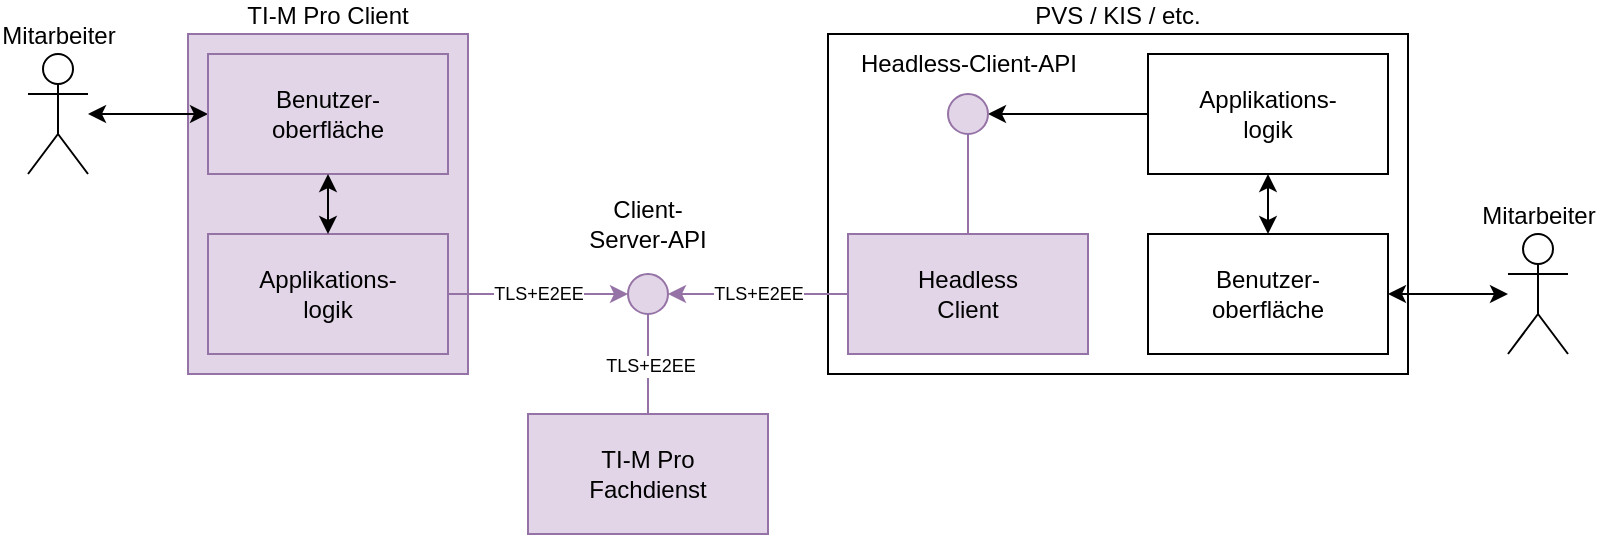
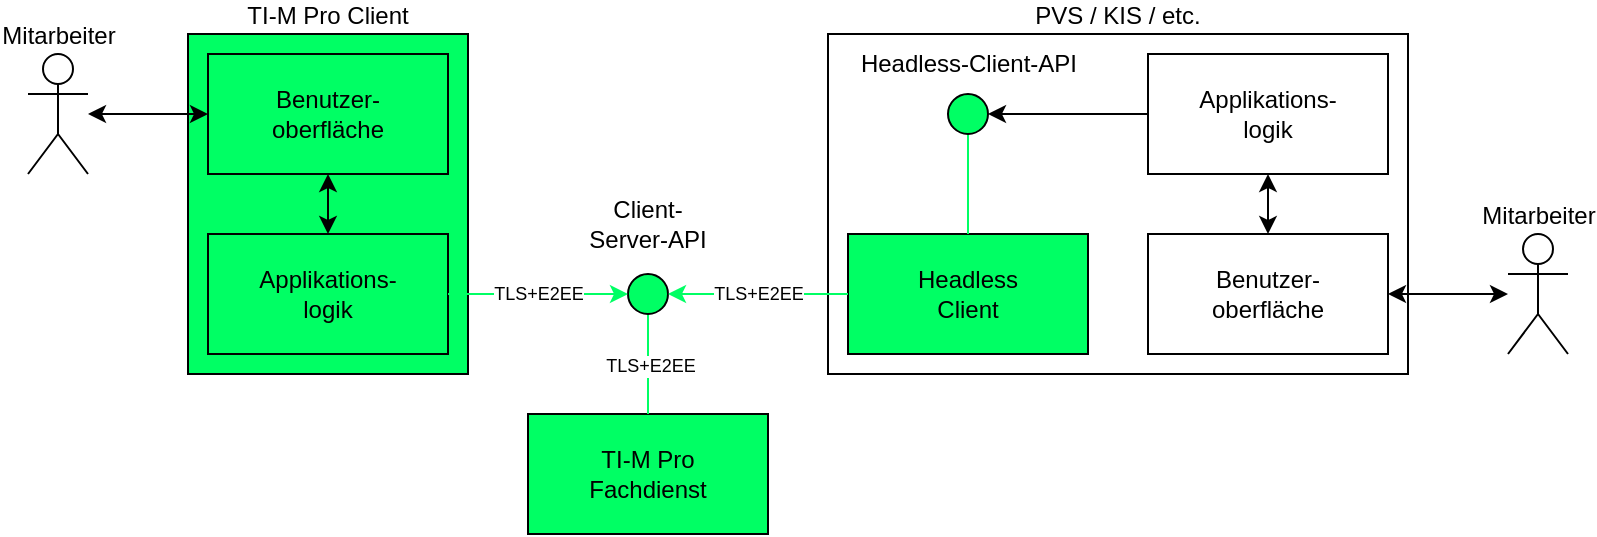
<mxfile host="Electron" agent="Mozilla/5.0 (Macintosh; Intel Mac OS X 10_15_7) AppleWebKit/537.36 (KHTML, like Gecko) draw.io/29.0.3 Chrome/140.0.7339.249 Electron/38.7.0 Safari/537.36" version="29.0.3">
  <diagram name="Page-1" id="JxrCaE_EeB_qr6ey8vhn">
-     <mxGraphModel dx="925" dy="680" grid="1" gridSize="10" guides="1" tooltips="1" connect="1" arrows="1" fold="1" page="1" pageScale="1" pageWidth="827" pageHeight="1169" math="0" shadow="0">
+     <mxGraphModel dx="1018" dy="744" grid="1" gridSize="10" guides="1" tooltips="1" connect="1" arrows="1" fold="1" page="1" pageScale="1" pageWidth="827" pageHeight="1169" math="0" shadow="0">
      <root>
        <mxCell id="0" />
        <mxCell id="1" parent="0" />
-         <mxCell id="Xpv7qoTpaxrMEMCDT0tX-31" value="TI-M Pro&lt;div&gt;Fachdienst&lt;/div&gt;" style="rounded=0;whiteSpace=wrap;html=1;fillColor=#e1d5e7;strokeColor=#9673a6;" parent="1" vertex="1">
+         <mxCell id="Xpv7qoTpaxrMEMCDT0tX-31" value="TI-M Pro&lt;div&gt;Fachdienst&lt;/div&gt;" style="rounded=0;whiteSpace=wrap;html=1;fillColor=#00FF64;strokeColor=#000000;" parent="1" vertex="1">
          <mxGeometry x="380" y="980" width="120" height="60" as="geometry" />
        </mxCell>
-         <mxCell id="Xpv7qoTpaxrMEMCDT0tX-32" value="" style="endArrow=none;html=1;rounded=0;exitX=0.5;exitY=0;exitDx=0;exitDy=0;endFill=0;entryX=0.5;entryY=1;entryDx=0;entryDy=0;fillColor=#e1d5e7;strokeColor=#9673a6;" parent="1" source="Xpv7qoTpaxrMEMCDT0tX-31" target="Xpv7qoTpaxrMEMCDT0tX-39" edge="1">
+         <mxCell id="Xpv7qoTpaxrMEMCDT0tX-32" value="" style="endArrow=none;html=1;rounded=0;exitX=0.5;exitY=0;exitDx=0;exitDy=0;endFill=0;entryX=0.5;entryY=1;entryDx=0;entryDy=0;fillColor=#e1d5e7;strokeColor=#00FF64;" parent="1" source="Xpv7qoTpaxrMEMCDT0tX-31" target="Xpv7qoTpaxrMEMCDT0tX-39" edge="1">
          <mxGeometry width="50" height="50" relative="1" as="geometry">
            <mxPoint x="449.5" y="1010" as="sourcePoint" />
            <mxPoint x="460" y="960" as="targetPoint" />
          </mxGeometry>
        </mxCell>
        <mxCell id="Xpv7qoTpaxrMEMCDT0tX-107" value="TLS+E2EE" style="edgeLabel;html=1;align=center;verticalAlign=middle;resizable=0;points=[];horizontal=1;labelPosition=center;verticalLabelPosition=middle;fontSize=9;" parent="Xpv7qoTpaxrMEMCDT0tX-32" vertex="1" connectable="0">
          <mxGeometry x="-0.0429" y="-1" relative="1" as="geometry">
            <mxPoint as="offset" />
          </mxGeometry>
        </mxCell>
        <mxCell id="Xpv7qoTpaxrMEMCDT0tX-33" value="Client-Server-API" style="text;html=1;whiteSpace=wrap;strokeColor=none;fillColor=none;align=center;verticalAlign=middle;rounded=0;" parent="1" vertex="1">
          <mxGeometry x="405" y="870" width="70" height="30" as="geometry" />
        </mxCell>
-         <mxCell id="Xpv7qoTpaxrMEMCDT0tX-35" value="TI-M Pro&amp;nbsp;&lt;span style=&quot;background-color: transparent; color: light-dark(rgb(0, 0, 0), rgb(255, 255, 255));&quot;&gt;Client&lt;/span&gt;" style="rounded=0;whiteSpace=wrap;html=1;fillColor=#e1d5e7;strokeColor=#9673a6;verticalAlign=bottom;fontStyle=0;labelPosition=center;verticalLabelPosition=top;align=center;" parent="1" vertex="1">
+         <mxCell id="Xpv7qoTpaxrMEMCDT0tX-35" value="TI-M Pro&amp;nbsp;&lt;span style=&quot;background-color: transparent; color: light-dark(rgb(0, 0, 0), rgb(255, 255, 255));&quot;&gt;Client&lt;/span&gt;" style="rounded=0;whiteSpace=wrap;html=1;fillColor=#00FF64;strokeColor=#000000;verticalAlign=bottom;fontStyle=0;labelPosition=center;verticalLabelPosition=top;align=center;" parent="1" vertex="1">
          <mxGeometry x="210" y="790" width="140" height="170" as="geometry" />
        </mxCell>
-         <mxCell id="Xpv7qoTpaxrMEMCDT0tX-39" value="" style="ellipse;whiteSpace=wrap;html=1;aspect=fixed;fillColor=#e1d5e7;strokeColor=#9673a6;" parent="1" vertex="1">
+         <mxCell id="Xpv7qoTpaxrMEMCDT0tX-39" value="" style="ellipse;whiteSpace=wrap;html=1;aspect=fixed;fillColor=#00FF64;strokeColor=#000000;" parent="1" vertex="1">
          <mxGeometry x="430" y="910" width="20" height="20" as="geometry" />
        </mxCell>
        <mxCell id="Xpv7qoTpaxrMEMCDT0tX-40" value="Mitarbeiter" style="shape=umlActor;verticalLabelPosition=top;verticalAlign=bottom;html=1;outlineConnect=0;labelPosition=center;align=center;" parent="1" vertex="1">
          <mxGeometry x="130" y="800" width="30" height="60" as="geometry" />
        </mxCell>
        <mxCell id="Xpv7qoTpaxrMEMCDT0tX-41" value="" style="endArrow=classic;startArrow=classic;html=1;rounded=0;exitX=0;exitY=0.5;exitDx=0;exitDy=0;" parent="1" source="wK5yh5TK6hXDZH_PQgzs-29" target="Xpv7qoTpaxrMEMCDT0tX-40" edge="1">
          <mxGeometry width="50" height="50" relative="1" as="geometry">
            <mxPoint x="420" y="860" as="sourcePoint" />
            <mxPoint x="470" y="810" as="targetPoint" />
          </mxGeometry>
        </mxCell>
        <mxCell id="Xpv7qoTpaxrMEMCDT0tX-45" value="PVS / KIS / etc." style="rounded=0;whiteSpace=wrap;html=1;labelPosition=center;verticalLabelPosition=top;align=center;verticalAlign=bottom;fontStyle=0" parent="1" vertex="1">
          <mxGeometry x="530" y="790" width="290" height="170" as="geometry" />
        </mxCell>
        <mxCell id="Xpv7qoTpaxrMEMCDT0tX-55" value="Headless-&lt;span style=&quot;background-color: transparent; color: light-dark(rgb(0, 0, 0), rgb(255, 255, 255));&quot;&gt;Client-API&lt;/span&gt;" style="text;html=1;whiteSpace=wrap;strokeColor=none;fillColor=none;align=center;verticalAlign=middle;rounded=0;" parent="1" vertex="1">
          <mxGeometry x="542.5" y="790" width="115" height="30" as="geometry" />
        </mxCell>
        <mxCell id="Xpv7qoTpaxrMEMCDT0tX-57" value="Mitarbeiter" style="shape=umlActor;verticalLabelPosition=top;verticalAlign=bottom;html=1;outlineConnect=0;labelPosition=center;align=center;" parent="1" vertex="1">
          <mxGeometry x="870" y="890" width="30" height="60" as="geometry" />
        </mxCell>
        <mxCell id="Xpv7qoTpaxrMEMCDT0tX-59" value="" style="endArrow=classic;startArrow=classic;html=1;rounded=0;exitX=1;exitY=0.5;exitDx=0;exitDy=0;" parent="1" source="wK5yh5TK6hXDZH_PQgzs-21" target="Xpv7qoTpaxrMEMCDT0tX-57" edge="1">
          <mxGeometry width="50" height="50" relative="1" as="geometry">
            <mxPoint x="380" y="1030" as="sourcePoint" />
            <mxPoint x="430" y="980" as="targetPoint" />
          </mxGeometry>
        </mxCell>
-         <mxCell id="Xpv7qoTpaxrMEMCDT0tX-34" value="Headless&lt;div&gt;Client&lt;/div&gt;" style="rounded=0;whiteSpace=wrap;html=1;fillColor=#e1d5e7;strokeColor=#9673a6;" parent="1" vertex="1">
+         <mxCell id="Xpv7qoTpaxrMEMCDT0tX-34" value="Headless&lt;div&gt;Client&lt;/div&gt;" style="rounded=0;whiteSpace=wrap;html=1;fillColor=#00FF64;strokeColor=#000000;" parent="1" vertex="1">
          <mxGeometry x="540" y="890" width="120" height="60" as="geometry" />
        </mxCell>
-         <mxCell id="wK5yh5TK6hXDZH_PQgzs-20" value="" style="endArrow=none;startArrow=classic;html=1;rounded=0;exitX=1;exitY=0.5;exitDx=0;exitDy=0;endFill=0;" edge="1" parent="1" source="wK5yh5TK6hXDZH_PQgzs-26" target="wK5yh5TK6hXDZH_PQgzs-19">
+         <mxCell id="wK5yh5TK6hXDZH_PQgzs-20" value="" style="endArrow=none;startArrow=classic;html=1;rounded=0;exitX=1;exitY=0.5;exitDx=0;exitDy=0;endFill=0;" parent="1" source="wK5yh5TK6hXDZH_PQgzs-26" target="wK5yh5TK6hXDZH_PQgzs-19" edge="1">
          <mxGeometry width="50" height="50" relative="1" as="geometry">
            <mxPoint x="419.6592582628907" y="907.4118095489748" as="sourcePoint" />
            <mxPoint x="820" y="999" as="targetPoint" />
          </mxGeometry>
        </mxCell>
-         <mxCell id="wK5yh5TK6hXDZH_PQgzs-19" value="Applikations-&lt;div&gt;logik&lt;/div&gt;" style="rounded=0;whiteSpace=wrap;html=1;" vertex="1" parent="1">
+         <mxCell id="wK5yh5TK6hXDZH_PQgzs-19" value="Applikations-&lt;div&gt;logik&lt;/div&gt;" style="rounded=0;whiteSpace=wrap;html=1;" parent="1" vertex="1">
          <mxGeometry x="690" y="800" width="120" height="60" as="geometry" />
        </mxCell>
-         <mxCell id="wK5yh5TK6hXDZH_PQgzs-21" value="Benutzer-&lt;div&gt;oberfläche&lt;/div&gt;" style="rounded=0;whiteSpace=wrap;html=1;" vertex="1" parent="1">
+         <mxCell id="wK5yh5TK6hXDZH_PQgzs-21" value="Benutzer-&lt;div&gt;oberfläche&lt;/div&gt;" style="rounded=0;whiteSpace=wrap;html=1;" parent="1" vertex="1">
          <mxGeometry x="690" y="890" width="120" height="60" as="geometry" />
        </mxCell>
-         <mxCell id="wK5yh5TK6hXDZH_PQgzs-22" value="" style="endArrow=classic;startArrow=classic;html=1;rounded=0;exitX=0.5;exitY=1;exitDx=0;exitDy=0;entryX=0.5;entryY=0;entryDx=0;entryDy=0;" edge="1" parent="1" source="wK5yh5TK6hXDZH_PQgzs-19" target="wK5yh5TK6hXDZH_PQgzs-21">
+         <mxCell id="wK5yh5TK6hXDZH_PQgzs-22" value="" style="endArrow=classic;startArrow=classic;html=1;rounded=0;exitX=0.5;exitY=1;exitDx=0;exitDy=0;entryX=0.5;entryY=0;entryDx=0;entryDy=0;" parent="1" source="wK5yh5TK6hXDZH_PQgzs-19" target="wK5yh5TK6hXDZH_PQgzs-21" edge="1">
          <mxGeometry width="50" height="50" relative="1" as="geometry">
            <mxPoint x="870" y="980" as="sourcePoint" />
            <mxPoint x="920" y="930" as="targetPoint" />
          </mxGeometry>
        </mxCell>
-         <mxCell id="wK5yh5TK6hXDZH_PQgzs-25" value="" style="endArrow=none;html=1;rounded=0;exitX=0.5;exitY=1;exitDx=0;exitDy=0;fillColor=#e1d5e7;strokeColor=#9673a6;entryX=0.5;entryY=0;entryDx=0;entryDy=0;" edge="1" parent="1" source="wK5yh5TK6hXDZH_PQgzs-26" target="Xpv7qoTpaxrMEMCDT0tX-34">
+         <mxCell id="wK5yh5TK6hXDZH_PQgzs-25" value="" style="endArrow=none;html=1;rounded=0;exitX=0.5;exitY=1;exitDx=0;exitDy=0;fillColor=#e1d5e7;strokeColor=#00FF64;entryX=0.5;entryY=0;entryDx=0;entryDy=0;" parent="1" source="wK5yh5TK6hXDZH_PQgzs-26" target="Xpv7qoTpaxrMEMCDT0tX-34" edge="1">
          <mxGeometry width="50" height="50" relative="1" as="geometry">
            <mxPoint x="460" y="900" as="sourcePoint" />
            <mxPoint x="540" y="820" as="targetPoint" />
          </mxGeometry>
        </mxCell>
-         <mxCell id="wK5yh5TK6hXDZH_PQgzs-26" value="" style="ellipse;whiteSpace=wrap;html=1;aspect=fixed;fillColor=#e1d5e7;strokeColor=#9673a6;" vertex="1" parent="1">
+         <mxCell id="wK5yh5TK6hXDZH_PQgzs-26" value="" style="ellipse;whiteSpace=wrap;html=1;aspect=fixed;fillColor=#00FF64;strokeColor=#000000;" parent="1" vertex="1">
          <mxGeometry x="590" y="820" width="20" height="20" as="geometry" />
        </mxCell>
-         <mxCell id="Xpv7qoTpaxrMEMCDT0tX-37" value="TLS+E2EE" style="endArrow=classic;html=1;rounded=0;entryX=1;entryY=0.5;entryDx=0;entryDy=0;exitX=0;exitY=0.5;exitDx=0;exitDy=0;fontSize=9;labelPosition=center;verticalLabelPosition=middle;align=center;verticalAlign=middle;fillColor=#e1d5e7;strokeColor=#9673a6;" parent="1" source="Xpv7qoTpaxrMEMCDT0tX-34" target="Xpv7qoTpaxrMEMCDT0tX-39" edge="1">
+         <mxCell id="Xpv7qoTpaxrMEMCDT0tX-37" value="TLS+E2EE" style="endArrow=classic;html=1;rounded=0;entryX=1;entryY=0.5;entryDx=0;entryDy=0;exitX=0;exitY=0.5;exitDx=0;exitDy=0;fontSize=9;labelPosition=center;verticalLabelPosition=middle;align=center;verticalAlign=middle;fillColor=#e1d5e7;strokeColor=#00FF64;" parent="1" source="Xpv7qoTpaxrMEMCDT0tX-34" target="Xpv7qoTpaxrMEMCDT0tX-39" edge="1">
          <mxGeometry width="50" height="50" relative="1" as="geometry">
            <mxPoint x="530" y="900" as="sourcePoint" />
            <mxPoint x="460" y="930" as="targetPoint" />
          </mxGeometry>
        </mxCell>
-         <mxCell id="wK5yh5TK6hXDZH_PQgzs-28" value="Applikations-&lt;div&gt;logik&lt;/div&gt;" style="rounded=0;whiteSpace=wrap;html=1;fillColor=#e1d5e7;strokeColor=#9673a6;" vertex="1" parent="1">
+         <mxCell id="wK5yh5TK6hXDZH_PQgzs-28" value="Applikations-&lt;div&gt;logik&lt;/div&gt;" style="rounded=0;whiteSpace=wrap;html=1;fillColor=#00FF64;strokeColor=#000000;" parent="1" vertex="1">
          <mxGeometry x="220" y="890" width="120" height="60" as="geometry" />
        </mxCell>
-         <mxCell id="wK5yh5TK6hXDZH_PQgzs-29" value="Benutzer-&lt;div&gt;oberfläche&lt;/div&gt;" style="rounded=0;whiteSpace=wrap;html=1;fillColor=#e1d5e7;strokeColor=#9673a6;" vertex="1" parent="1">
+         <mxCell id="wK5yh5TK6hXDZH_PQgzs-29" value="Benutzer-&lt;div&gt;oberfläche&lt;/div&gt;" style="rounded=0;whiteSpace=wrap;html=1;fillColor=#00FF64;strokeColor=#000000;" parent="1" vertex="1">
          <mxGeometry x="220" y="800" width="120" height="60" as="geometry" />
        </mxCell>
-         <mxCell id="wK5yh5TK6hXDZH_PQgzs-30" value="" style="endArrow=classic;startArrow=classic;html=1;rounded=0;entryX=0.5;entryY=1;entryDx=0;entryDy=0;exitX=0.5;exitY=0;exitDx=0;exitDy=0;" edge="1" parent="1" source="wK5yh5TK6hXDZH_PQgzs-28" target="wK5yh5TK6hXDZH_PQgzs-29">
+         <mxCell id="wK5yh5TK6hXDZH_PQgzs-30" value="" style="endArrow=classic;startArrow=classic;html=1;rounded=0;entryX=0.5;entryY=1;entryDx=0;entryDy=0;exitX=0.5;exitY=0;exitDx=0;exitDy=0;" parent="1" source="wK5yh5TK6hXDZH_PQgzs-28" target="wK5yh5TK6hXDZH_PQgzs-29" edge="1">
          <mxGeometry width="50" height="50" relative="1" as="geometry">
            <mxPoint x="430" y="880" as="sourcePoint" />
            <mxPoint x="480" y="830" as="targetPoint" />
          </mxGeometry>
        </mxCell>
-         <mxCell id="wK5yh5TK6hXDZH_PQgzs-31" value="TLS+E2EE" style="endArrow=classic;html=1;rounded=0;entryX=0;entryY=0.5;entryDx=0;entryDy=0;exitX=1;exitY=0.5;exitDx=0;exitDy=0;fontSize=9;labelPosition=center;verticalLabelPosition=middle;align=center;verticalAlign=middle;fillColor=#e1d5e7;strokeColor=#9673a6;" edge="1" parent="1" source="wK5yh5TK6hXDZH_PQgzs-28" target="Xpv7qoTpaxrMEMCDT0tX-39">
+         <mxCell id="wK5yh5TK6hXDZH_PQgzs-31" value="TLS+E2EE" style="endArrow=classic;html=1;rounded=0;entryX=0;entryY=0.5;entryDx=0;entryDy=0;exitX=1;exitY=0.5;exitDx=0;exitDy=0;fontSize=9;labelPosition=center;verticalLabelPosition=middle;align=center;verticalAlign=middle;fillColor=#e1d5e7;strokeColor=#00FF64;" parent="1" source="wK5yh5TK6hXDZH_PQgzs-28" target="Xpv7qoTpaxrMEMCDT0tX-39" edge="1">
          <mxGeometry width="50" height="50" relative="1" as="geometry">
            <mxPoint x="550" y="920" as="sourcePoint" />
            <mxPoint x="460" y="920" as="targetPoint" />
          </mxGeometry>
        </mxCell>
      </root>
    </mxGraphModel>
  </diagram>
</mxfile>
